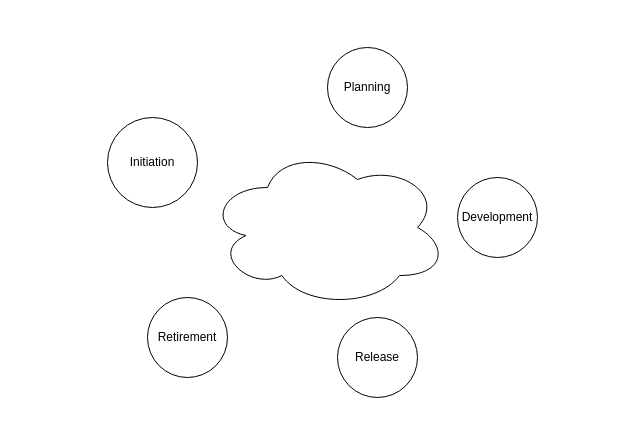
This is SDLC.drawio from Adityacs001/snippet, a draw.io file, before an edit. Source tidied: cells renumbered, new cells numbered last; positions are measured from the earlier drawing's top-left corner, leaving out a move shared by most shapes. Both pictures are drawn from the tidied source at 100%, with x=0, y=0 at pixel (107, 47).
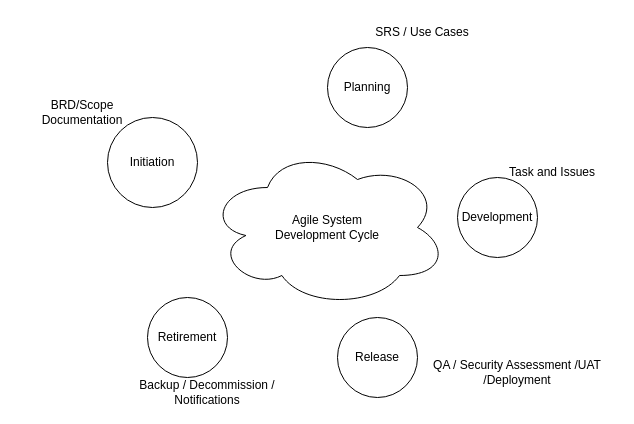
Above is the later version.

What changed in the source:
```diff
@@
 <mxGraphModel>
   <root>
     <mxCell id="0" />
     <mxCell id="1" parent="0" />
-    <mxCell id="2" style="ellipse;shape=cloud;whiteSpace=wrap;html=1;" parent="1" vertex="1">
+    <mxCell id="2" value="Agile System &lt;br&gt;Development Cycle" style="ellipse;shape=cloud;whiteSpace=wrap;html=1;" parent="1" vertex="1">
       <mxGeometry x="100" y="100" width="240" height="160" as="geometry" />
     </mxCell>
     <mxCell id="3" value="Initiation" style="ellipse;whiteSpace=wrap;html=1;" parent="1" vertex="1">
       <mxGeometry y="70" width="90" height="90" as="geometry" />
     </mxCell>
     <mxCell id="4" value="Planning" style="ellipse;whiteSpace=wrap;html=1;" parent="1" vertex="1">
       <mxGeometry x="220" width="80" height="80" as="geometry" />
     </mxCell>
     <mxCell id="5" value="Development" style="ellipse;whiteSpace=wrap;html=1;" parent="1" vertex="1">
       <mxGeometry x="350" y="130" width="80" height="80" as="geometry" />
     </mxCell>
     <mxCell id="6" value="Release" style="ellipse;whiteSpace=wrap;html=1;" parent="1" vertex="1">
       <mxGeometry x="230" y="270" width="80" height="80" as="geometry" />
     </mxCell>
     <mxCell id="7" value="Retirement" style="ellipse;whiteSpace=wrap;html=1;" parent="1" vertex="1">
       <mxGeometry x="40" y="250" width="80" height="80" as="geometry" />
     </mxCell>
+    <mxCell id="8" value="BRD/Scope Documentation" style="text;html=1;strokeColor=none;fillColor=none;align=center;verticalAlign=middle;whiteSpace=wrap;rounded=0;" parent="1" vertex="1">
+      <mxGeometry x="-90" y="50" width="130" height="30" as="geometry" />
+    </mxCell>
+    <mxCell id="9" value="SRS / Use Cases" style="text;html=1;strokeColor=none;fillColor=none;align=center;verticalAlign=middle;whiteSpace=wrap;rounded=0;" parent="1" vertex="1">
+      <mxGeometry x="250" y="-30" width="130" height="30" as="geometry" />
+    </mxCell>
+    <mxCell id="10" value="Task and Issues" style="text;html=1;strokeColor=none;fillColor=none;align=center;verticalAlign=middle;whiteSpace=wrap;rounded=0;" parent="1" vertex="1">
+      <mxGeometry x="380" y="110" width="130" height="30" as="geometry" />
+    </mxCell>
+    <mxCell id="11" value="QA / Security Assessment /UAT /Deployment" style="text;html=1;strokeColor=none;fillColor=none;align=center;verticalAlign=middle;whiteSpace=wrap;rounded=0;" parent="1" vertex="1">
+      <mxGeometry x="310" y="310" width="200" height="30" as="geometry" />
+    </mxCell>
+    <mxCell id="12" value="Backup / Decommission / Notifications" style="text;html=1;strokeColor=none;fillColor=none;align=center;verticalAlign=middle;whiteSpace=wrap;rounded=0;" parent="1" vertex="1">
+      <mxGeometry y="330" width="200" height="30" as="geometry" />
+    </mxCell>
   </root>
 </mxGraphModel>
```
